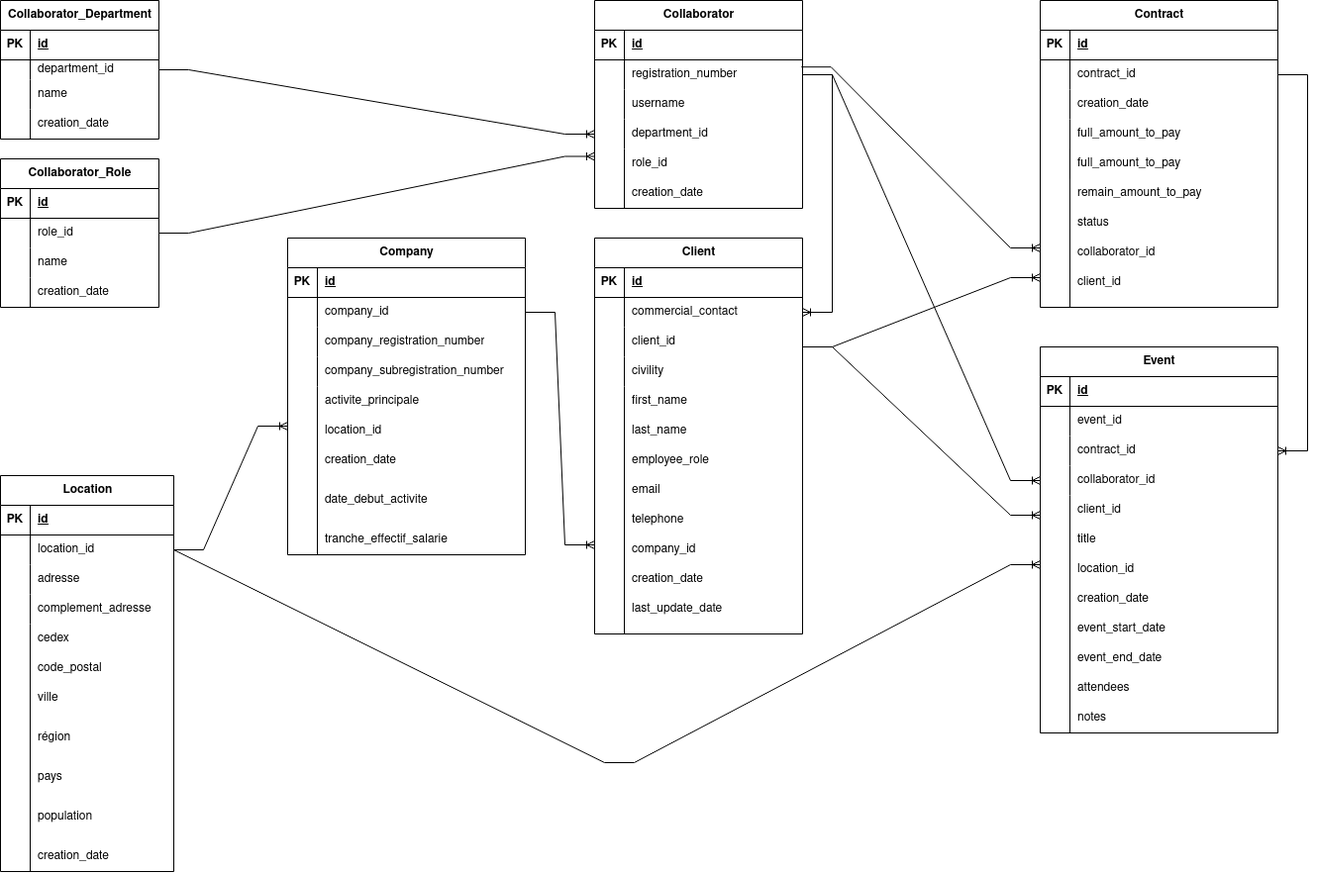
Above: oc_projet12_database_diagram.png in memphis-tools/oc_projet12_backend_securise_avec_django_orm (draw.io), before the change. Source tidied: cells renumbered, new cells last; positions are measured from the earlier drawing's top-left corner, leaving out a move shared by most shapes.
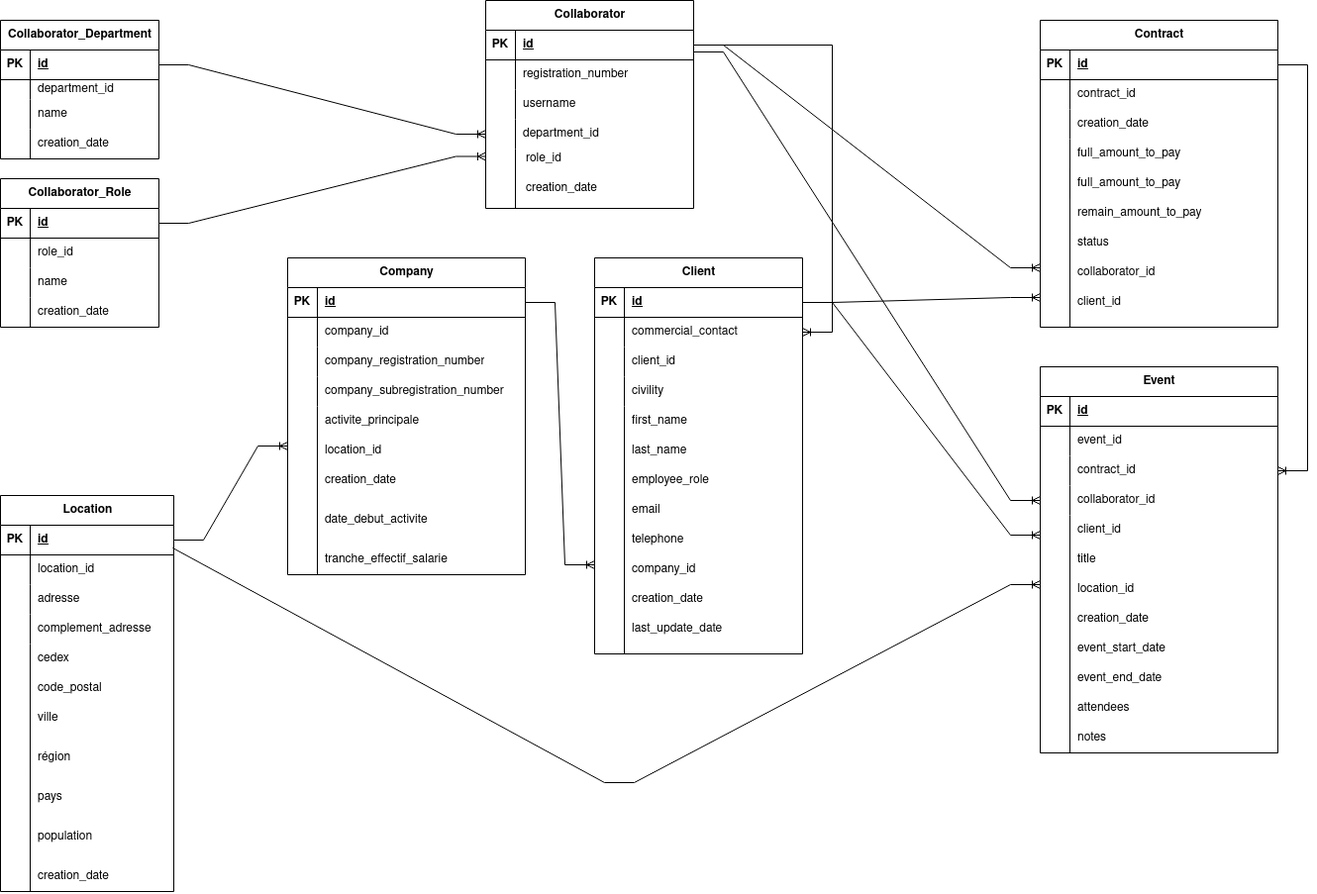
The same diagram one commit later.

Commit message:
DB diagram. Primary keys are the id's, not the custom ones.

Change to the diagram source:
```diff
@@ -81,7 +81,7 @@
       <mxGeometry x="30" width="130" height="30" as="geometry" />
     </mxCell>
     <mxCell id="28" value="Collaborator" style="shape=table;startSize=30;rowLines=0;fontStyle=1;align=center;html=1;" parent="1" vertex="1">
-      <mxGeometry x="600" width="210" height="210" as="geometry" />
+      <mxGeometry x="490" y="-20" width="210" height="210" as="geometry" />
     </mxCell>
     <mxCell id="29" style="shape=tableRow;horizontal=0;startSize=0;swimlaneHead=0;swimlaneBody=0;fillColor=none;points=[[0,0.5],[1,0.5]];portConstraint=eastwest;top=0;left=0;right=0;bottom=1;" parent="28" vertex="1">
       <mxGeometry y="30" width="210" height="30" as="geometry" />
@@ -120,25 +120,25 @@
       <mxGeometry x="30" width="180" height="30" as="geometry" />
     </mxCell>
     <mxCell id="41" value="role_id" style="shape=partialRectangle;fillColor=none;top=0;left=0;bottom=0;right=0;align=left;spacingLeft=6;overflow=hidden;whiteSpace=wrap;html=1;" parent="1" vertex="1">
-      <mxGeometry x="630" y="150" width="145" height="30" as="geometry" />
+      <mxGeometry x="522.5" y="125" width="145" height="30" as="geometry" />
     </mxCell>
     <mxCell id="42" value="creation_date" style="shape=partialRectangle;fillColor=none;top=0;left=0;bottom=0;right=0;align=left;spacingLeft=6;overflow=hidden;whiteSpace=wrap;html=1;" parent="1" vertex="1">
-      <mxGeometry x="630" y="180" width="145" height="30" as="geometry" />
+      <mxGeometry x="522.5" y="155" width="145" height="30" as="geometry" />
     </mxCell>
     <mxCell id="43" style="endArrow=none;html=1;rounded=0;strokeWidth=1;" parent="1" edge="1">
       <mxGeometry relative="1" as="geometry">
-        <mxPoint x="630" y="210" as="sourcePoint" />
-        <mxPoint x="630" y="150" as="targetPoint" />
+        <mxPoint x="520" y="190" as="sourcePoint" />
+        <mxPoint x="520" y="130" as="targetPoint" />
       </mxGeometry>
     </mxCell>
-    <mxCell id="44" style="edgeStyle=entityRelationEdgeStyle;fontSize=12;html=1;endArrow=ERoneToMany;rounded=0;exitX=1;exitY=0.5;exitDx=0;exitDy=0;entryX=0;entryY=0.75;entryDx=0;entryDy=0;" parent="1" edge="1" source="15" target="28">
+    <mxCell id="44" style="edgeStyle=entityRelationEdgeStyle;fontSize=12;html=1;endArrow=ERoneToMany;rounded=0;exitX=1;exitY=0.5;exitDx=0;exitDy=0;entryX=0;entryY=0.75;entryDx=0;entryDy=0;" parent="1" edge="1" source="16" target="28">
       <mxGeometry relative="1" as="geometry">
         <Array as="points">
           <mxPoint x="270" y="260" />
         </Array>
       </mxGeometry>
     </mxCell>
-    <mxCell id="45" style="edgeStyle=entityRelationEdgeStyle;fontSize=12;html=1;endArrow=ERoneToMany;rounded=0;exitX=1;exitY=0.5;exitDx=0;exitDy=0;entryX=0;entryY=0.5;entryDx=0;entryDy=0;" parent="1" edge="1" source="6" target="38">
+    <mxCell id="45" style="edgeStyle=entityRelationEdgeStyle;fontSize=12;html=1;endArrow=ERoneToMany;rounded=0;exitX=1;exitY=0.5;exitDx=0;exitDy=0;entryX=0;entryY=0.5;entryDx=0;entryDy=0;" parent="1" edge="1" source="3" target="38">
       <mxGeometry relative="1" as="geometry">
         <Array as="points">
           <mxPoint x="270" y="225" />
@@ -269,7 +269,7 @@
     <mxCell id="85" value="creation_date" style="shape=partialRectangle;fillColor=none;top=0;left=0;bottom=0;right=0;align=left;spacingLeft=6;overflow=hidden;whiteSpace=wrap;html=1;" parent="1" vertex="1">
       <mxGeometry x="30" y="850" width="145" height="30" as="geometry" />
     </mxCell>
-    <mxCell id="86" style="edgeStyle=entityRelationEdgeStyle;fontSize=12;html=1;endArrow=ERoneToMany;rounded=0;exitX=1;exitY=0.5;exitDx=0;exitDy=0;" parent="1" edge="1" source="50">
+    <mxCell id="86" style="edgeStyle=entityRelationEdgeStyle;fontSize=12;html=1;endArrow=ERoneToMany;rounded=0;exitX=1;exitY=0.5;exitDx=0;exitDy=0;" parent="1" edge="1" source="47">
       <mxGeometry relative="1" as="geometry">
         <mxPoint x="290" y="430" as="targetPoint" />
       </mxGeometry>
@@ -349,7 +349,7 @@
     <mxCell id="110" value="first_name" style="shape=partialRectangle;fillColor=none;top=0;left=0;bottom=0;right=0;align=left;spacingLeft=6;overflow=hidden;whiteSpace=wrap;html=1;" parent="108" vertex="1">
       <mxGeometry x="30" y="-10" width="210" height="30" as="geometry" />
     </mxCell>
-    <mxCell id="111" style="edgeStyle=entityRelationEdgeStyle;fontSize=12;html=1;endArrow=ERoneToMany;rounded=0;exitX=1;exitY=0.5;exitDx=0;exitDy=0;" parent="1" edge="1" source="70">
+    <mxCell id="111" style="edgeStyle=entityRelationEdgeStyle;fontSize=12;html=1;endArrow=ERoneToMany;rounded=0;exitX=1;exitY=0.5;exitDx=0;exitDy=0;" parent="1" edge="1" source="67">
       <mxGeometry relative="1" as="geometry">
         <mxPoint x="600" y="550" as="targetPoint" />
       </mxGeometry>
@@ -417,9 +417,8 @@
     <mxCell id="131" value="collaborator_id" style="shape=partialRectangle;fillColor=none;top=0;left=0;bottom=0;right=0;align=left;spacingLeft=6;overflow=hidden;whiteSpace=wrap;html=1;" parent="1" vertex="1">
       <mxGeometry x="1080" y="240" width="210" height="30" as="geometry" />
     </mxCell>
-    <mxCell id="132" style="edgeStyle=entityRelationEdgeStyle;fontSize=12;html=1;endArrow=ERoneToMany;rounded=0;" parent="1" edge="1">
+    <mxCell id="132" style="edgeStyle=entityRelationEdgeStyle;fontSize=12;html=1;endArrow=ERoneToMany;rounded=0;exitX=1;exitY=0.5;exitDx=0;exitDy=0;" parent="1" edge="1" source="88">
       <mxGeometry relative="1" as="geometry">
-        <mxPoint x="810" y="350" as="sourcePoint" />
         <mxPoint x="1050" y="280" as="targetPoint" />
       </mxGeometry>
     </mxCell>
@@ -498,24 +497,23 @@
     <mxCell id="156" value="client_id" style="shape=partialRectangle;fillColor=none;top=0;left=0;bottom=0;right=0;align=left;spacingLeft=6;overflow=hidden;whiteSpace=wrap;html=1;" parent="1" vertex="1">
       <mxGeometry x="630" y="330" width="160" height="30" as="geometry" />
     </mxCell>
-    <mxCell id="157" style="edgeStyle=entityRelationEdgeStyle;fontSize=12;html=1;endArrow=ERoneToMany;rounded=0;exitX=0.994;exitY=0.24;exitDx=0;exitDy=0;exitPerimeter=0;" parent="1" edge="1" source="32">
+    <mxCell id="157" style="edgeStyle=entityRelationEdgeStyle;fontSize=12;html=1;endArrow=ERoneToMany;rounded=0;exitX=1;exitY=0.5;exitDx=0;exitDy=0;" parent="1" edge="1" source="29">
       <mxGeometry relative="1" as="geometry">
         <mxPoint x="1050" y="250" as="targetPoint" />
       </mxGeometry>
     </mxCell>
-    <mxCell id="158" style="edgeStyle=entityRelationEdgeStyle;fontSize=12;html=1;endArrow=ERoneToMany;rounded=0;exitX=1;exitY=0.5;exitDx=0;exitDy=0;" parent="1" edge="1" source="32" target="91">
+    <mxCell id="158" style="edgeStyle=entityRelationEdgeStyle;fontSize=12;html=1;endArrow=ERoneToMany;rounded=0;exitX=1;exitY=0.5;exitDx=0;exitDy=0;" parent="1" edge="1" source="29" target="91">
       <mxGeometry relative="1" as="geometry" />
     </mxCell>
-    <mxCell id="159" style="edgeStyle=entityRelationEdgeStyle;fontSize=12;html=1;endArrow=ERoneToMany;rounded=0;entryX=1;entryY=0.5;entryDx=0;entryDy=0;exitX=1;exitY=0.5;exitDx=0;exitDy=0;" parent="1" edge="1" source="116" target="141">
+    <mxCell id="159" style="edgeStyle=entityRelationEdgeStyle;fontSize=12;html=1;endArrow=ERoneToMany;rounded=0;entryX=1;entryY=0.5;entryDx=0;entryDy=0;exitX=1;exitY=0.5;exitDx=0;exitDy=0;" parent="1" edge="1" source="113" target="141">
       <mxGeometry relative="1" as="geometry" />
     </mxCell>
-    <mxCell id="160" style="edgeStyle=entityRelationEdgeStyle;fontSize=12;html=1;endArrow=ERoneToMany;rounded=0;" parent="1" edge="1">
+    <mxCell id="160" style="edgeStyle=entityRelationEdgeStyle;fontSize=12;html=1;endArrow=ERoneToMany;rounded=0;exitX=1;exitY=0.5;exitDx=0;exitDy=0;" parent="1" edge="1" source="88">
       <mxGeometry relative="1" as="geometry">
-        <mxPoint x="810" y="350" as="sourcePoint" />
         <mxPoint x="1050" y="520" as="targetPoint" />
       </mxGeometry>
     </mxCell>
-    <mxCell id="161" style="edgeStyle=entityRelationEdgeStyle;fontSize=12;html=1;endArrow=ERoneToMany;rounded=0;exitX=1;exitY=0.5;exitDx=0;exitDy=0;entryX=0;entryY=0.5;entryDx=0;entryDy=0;" parent="1" edge="1" source="32" target="144">
+    <mxCell id="161" style="edgeStyle=entityRelationEdgeStyle;fontSize=12;html=1;endArrow=ERoneToMany;rounded=0;exitX=1;exitY=0.733;exitDx=0;exitDy=0;entryX=0;entryY=0.5;entryDx=0;entryDy=0;exitPerimeter=0;" parent="1" edge="1" source="29" target="144">
       <mxGeometry relative="1" as="geometry" />
     </mxCell>
     <mxCell id="162" style="edgeStyle=entityRelationEdgeStyle;fontSize=12;html=1;endArrow=ERoneToMany;rounded=0;" parent="1" edge="1">
@@ -530,7 +528,7 @@
         </Array>
       </mxGeometry>
     </mxCell>
-    <mxCell id="163" style="endArrow=none;html=1;rounded=0;exitX=1;exitY=0.5;exitDx=0;exitDy=0;" parent="1" edge="1" source="50">
+    <mxCell id="163" style="endArrow=none;html=1;rounded=0;exitX=0.994;exitY=0.767;exitDx=0;exitDy=0;exitPerimeter=0;" parent="1" edge="1" source="47">
       <mxGeometry relative="1" as="geometry">
         <mxPoint x="610" y="770" as="targetPoint" />
       </mxGeometry>
```
